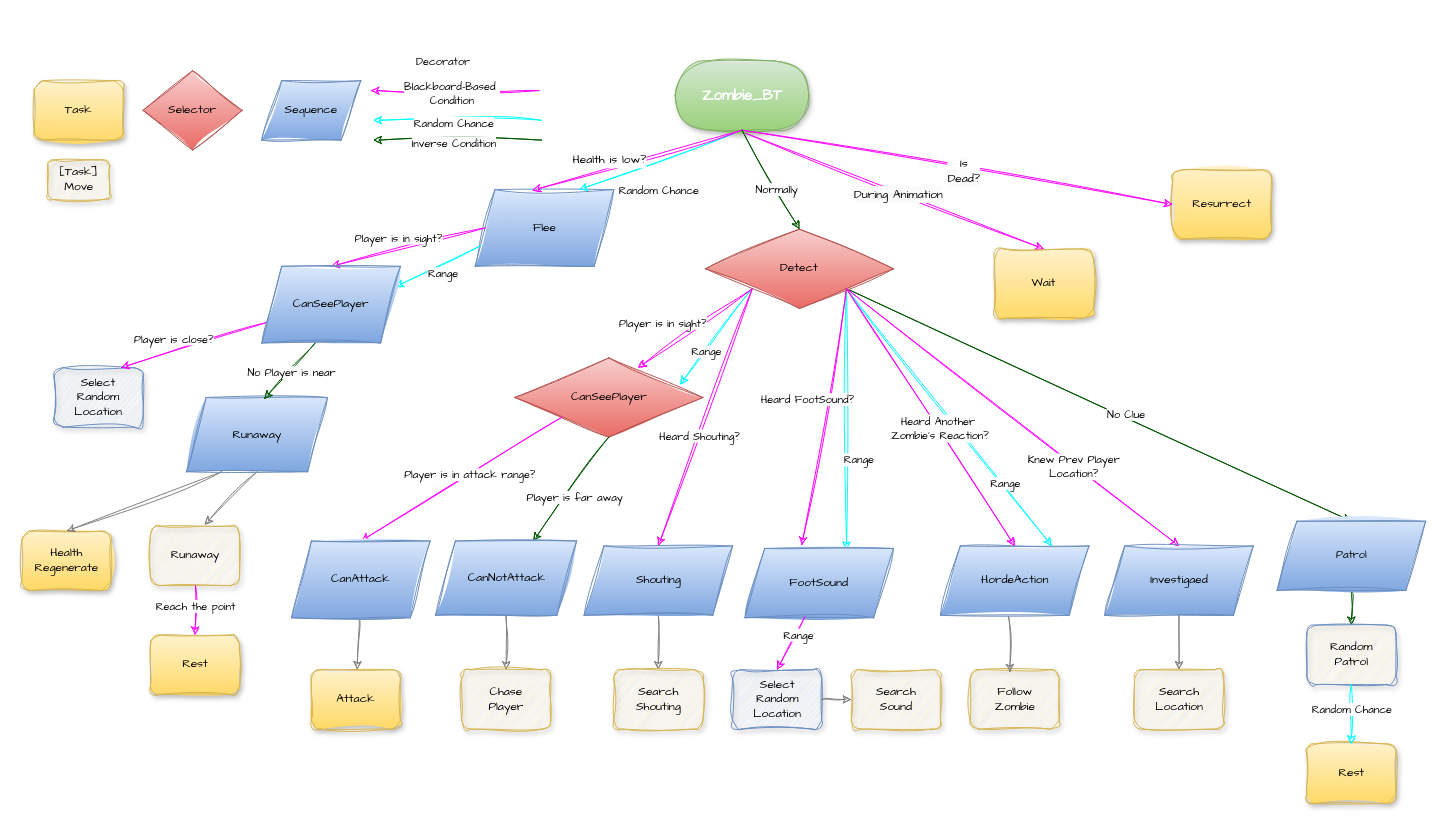
Before: JungSeungWon/기타/Zombie_BT.drawio in 2023gamedev/project, a draw.io diagram. Source tidied: cells renumbered, new cells numbered last; positions are measured from the earlier drawing's top-left corner, leaving out a move shared by most shapes. Both pictures are drawn from the tidied source at 99%, with x=0, y=0 at pixel (22, 60).
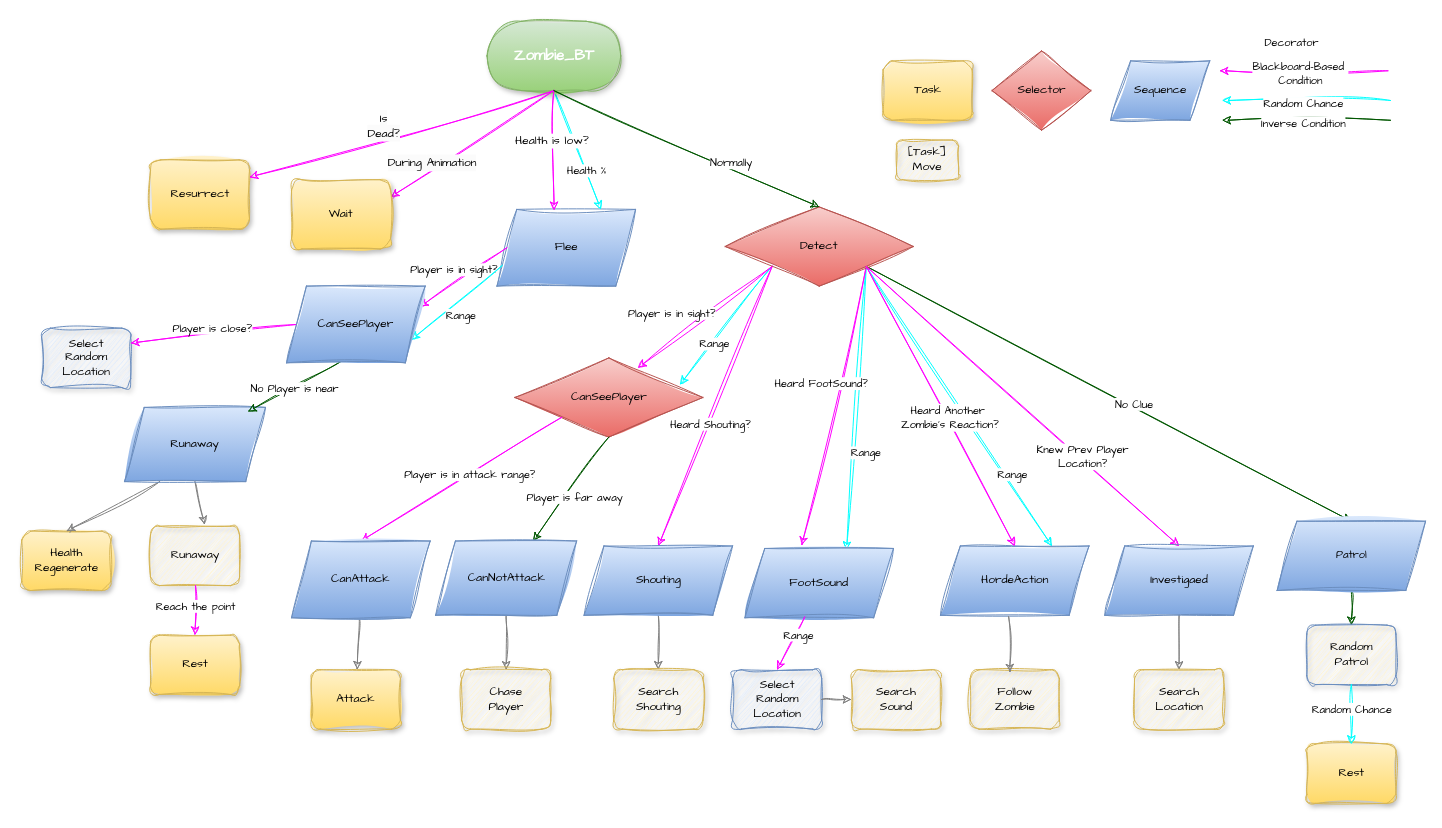
The same page after the edit.

Commit message (it also covers changes not shown here):
* 다이어그램 다시 수정

The change refers to these unchanged cells:
```xml
<mxCell id="3" style="rounded=0;sketch=1;hachureGap=4;jiggle=2;curveFitting=1;jettySize=auto;html=1;fontFamily=Architects Daughter;anchorPointDirection=1;startFill=1;simplification=0;arcSize=20;fillOpacity=100;strokeOpacity=100;perimeterSpacing=0;orthogonal=0;jumpStyle=none;fillColor=#b0e3e6;strokeColor=#00FFFF;exitX=0.5;exitY=1;exitDx=0;exitDy=0;entryX=0.75;entryY=0;entryDx=0;entryDy=0;" parent="1" edge="1" source="14" target="2">
  <mxGeometry relative="1" as="geometry" />
</mxCell>
<mxCell id="61" style="rounded=0;sketch=1;hachureGap=4;jiggle=2;curveFitting=1;jettySize=auto;html=1;exitX=0.5;exitY=1;exitDx=0;exitDy=0;fontFamily=Architects Daughter;anchorPointDirection=1;startFill=1;simplification=0;arcSize=20;fillOpacity=100;strokeOpacity=100;perimeterSpacing=0;orthogonal=0;jumpStyle=none;fillColor=#d5e8d4;gradientColor=#97d077;strokeColor=#FF00FF;entryX=0.412;entryY=0.011;entryDx=0;entryDy=0;entryPerimeter=0;" parent="1" edge="1" source="14" target="2">
  <mxGeometry relative="1" as="geometry" />
</mxCell>
```

What changed in the source:
```diff
@@
     <mxCell id="2" value="Flee" style="shape=parallelogram;perimeter=parallelogramPerimeter;whiteSpace=wrap;html=1;fixedSize=1;sketch=1;hachureGap=4;jiggle=2;curveFitting=1;fontFamily=Architects Daughter;fillColor=#dae8fc;gradientColor=#7ea6e0;strokeColor=#6c8ebf;" parent="1" vertex="1">
-      <mxGeometry x="457.5" y="130" width="140" height="77.5" as="geometry" />
+      <mxGeometry x="479.5" y="150" width="140" height="77.5" as="geometry" />
     </mxCell>
@@
-    <mxCell id="4" value="Random Chance" style="edgeLabel;html=1;align=center;verticalAlign=middle;sketch=1;hachureGap=4;jiggle=2;curveFitting=1;fontFamily=Architects Daughter;" parent="3" vertex="1">
+    <mxCell id="4" value="Health %" style="edgeLabel;html=1;align=center;verticalAlign=middle;sketch=1;hachureGap=4;jiggle=2;curveFitting=1;fontFamily=Architects Daughter;" parent="3" vertex="1">
       <mxGeometry x="0.05" y="2" relative="1" as="geometry">
-        <mxPoint x="1" y="27" as="offset" />
+        <mxPoint x="6" y="18" as="offset" />
       </mxGeometry>
     </mxCell>
@@
     <mxCell id="14" value="&lt;div&gt;&lt;font style=&quot;color: rgb(255, 255, 255); font-size: 15px;&quot;&gt;&lt;b&gt;Zombie_&lt;span style=&quot;background-color: initial;&quot;&gt;BT&lt;/span&gt;&lt;/b&gt;&lt;/font&gt;&lt;/div&gt;" style="whiteSpace=wrap;html=1;rounded=1;shadow=1;labelBackgroundColor=none;strokeWidth=1;fontFamily=Architects Daughter;fontSize=12;align=center;sketch=1;curveFitting=1;jiggle=2;arcSize=50;fillColor=#d5e8d4;strokeColor=#82b366;gradientColor=#97d077;" parent="1" vertex="1">
-      <mxGeometry x="659.5" width="135" height="70" as="geometry" />
+      <mxGeometry x="469.5" y="-40" width="135" height="70" as="geometry" />
     </mxCell>
@@
     <mxCell id="23" value="Detect" style="rhombus;whiteSpace=wrap;html=1;sketch=1;hachureGap=4;jiggle=2;curveFitting=1;fontFamily=Architects Daughter;fillColor=#f8cecc;gradientColor=#ea6b66;strokeColor=#b85450;" parent="1" vertex="1">
-      <mxGeometry x="690" y="170" width="190" height="80" as="geometry" />
+      <mxGeometry x="710" y="147.5" width="190" height="80" as="geometry" />
     </mxCell>
@@
     <mxCell id="28" value="Selector" style="rhombus;whiteSpace=wrap;html=1;sketch=1;hachureGap=4;jiggle=2;curveFitting=1;fontFamily=Architects Daughter;fillColor=#f8cecc;gradientColor=#ea6b66;strokeColor=#b85450;" parent="1" vertex="1">
-      <mxGeometry x="122" y="10" width="100" height="80" as="geometry" />
+      <mxGeometry x="979.5" y="-10" width="100" height="80" as="geometry" />
     </mxCell>
     <mxCell id="29" value="&lt;div&gt;Task&lt;/div&gt;" style="whiteSpace=wrap;html=1;rounded=1;shadow=1;labelBackgroundColor=none;strokeWidth=1;fontFamily=Architects Daughter;fontSize=12;align=center;sketch=1;curveFitting=1;jiggle=2;fillColor=#fff2cc;gradientColor=#ffd966;strokeColor=#d6b656;" parent="1" vertex="1">
-      <mxGeometry x="12" y="20" width="90" height="60" as="geometry" />
+      <mxGeometry x="869.5" width="90" height="60" as="geometry" />
     </mxCell>
     <mxCell id="30" value="Sequence" style="shape=parallelogram;perimeter=parallelogramPerimeter;whiteSpace=wrap;html=1;fixedSize=1;sketch=1;hachureGap=4;jiggle=2;curveFitting=1;fontFamily=Architects Daughter;fillColor=#dae8fc;gradientColor=#7ea6e0;strokeColor=#6c8ebf;" parent="1" vertex="1">
-      <mxGeometry x="242" y="20" width="100" height="60" as="geometry" />
+      <mxGeometry x="1099.5" width="100" height="60" as="geometry" />
     </mxCell>
@@
     <mxCell id="48" style="rounded=0;sketch=1;hachureGap=4;jiggle=2;curveFitting=1;orthogonalLoop=1;jettySize=auto;html=1;fontFamily=Architects Daughter;anchorPointDirection=1;startFill=1;simplification=0;arcSize=20;fillOpacity=100;strokeOpacity=100;perimeterSpacing=0;orthogonal=0;jumpStyle=none;strokeColor=#FF00FF;fillColor=#e3c800;" parent="1" edge="1">
       <mxGeometry relative="1" as="geometry">
-        <mxPoint x="522" y="30" as="sourcePoint" />
-        <mxPoint x="352" y="30" as="targetPoint" />
+        <mxPoint x="1379.5" y="10" as="sourcePoint" />
+        <mxPoint x="1209.5" y="10" as="targetPoint" />
       </mxGeometry>
     </mxCell>
@@
     <mxCell id="53" value="Decorator" style="edgeLabel;html=1;align=center;verticalAlign=middle;sketch=1;hachureGap=4;jiggle=2;curveFitting=1;fontFamily=Architects Daughter;" parent="1" vertex="1">
-      <mxGeometry x="424" as="geometry" />
+      <mxGeometry x="1281.5" y="-20" as="geometry" />
     </mxCell>
     <mxCell id="54" style="rounded=0;sketch=1;hachureGap=4;jiggle=2;curveFitting=1;orthogonalLoop=1;jettySize=auto;html=1;fontFamily=Architects Daughter;anchorPointDirection=1;startFill=1;simplification=0;arcSize=20;fillOpacity=100;strokeOpacity=100;perimeterSpacing=0;orthogonal=0;jumpStyle=none;fillColor=#b0e3e6;strokeColor=#00FFFF;" parent="1" edge="1">
       <mxGeometry relative="1" as="geometry">
-        <mxPoint x="524.5" y="60" as="sourcePoint" />
-        <mxPoint x="354.5" y="60" as="targetPoint" />
+        <mxPoint x="1382" y="40" as="sourcePoint" />
+        <mxPoint x="1212" y="40" as="targetPoint" />
       </mxGeometry>
     </mxCell>
@@
-    <mxCell id="56" style="rounded=0;sketch=1;hachureGap=4;jiggle=2;curveFitting=1;jettySize=auto;html=1;exitX=0.528;exitY=1.045;exitDx=0;exitDy=0;fontFamily=Architects Daughter;anchorPointDirection=1;startFill=1;simplification=0;arcSize=20;fillOpacity=100;strokeOpacity=100;perimeterSpacing=0;orthogonal=0;jumpStyle=none;fillColor=#d5e8d4;gradientColor=#97d077;strokeColor=#FF00FF;exitPerimeter=0;entryX=0.5;entryY=0;entryDx=0;entryDy=0;" parent="1" edge="1" source="14" target="58">
+    <mxCell id="56" style="rounded=0;sketch=1;hachureGap=4;jiggle=2;curveFitting=1;jettySize=auto;html=1;exitX=0.5;exitY=1;exitDx=0;exitDy=0;fontFamily=Architects Daughter;anchorPointDirection=1;startFill=1;simplification=0;arcSize=20;fillOpacity=100;strokeOpacity=100;perimeterSpacing=0;orthogonal=0;jumpStyle=none;fillColor=#d5e8d4;gradientColor=#97d077;strokeColor=#FF00FF;entryX=1;entryY=0.25;entryDx=0;entryDy=0;" parent="1" edge="1" source="14" target="58">
       <mxGeometry relative="1" as="geometry" />
     </mxCell>
     <mxCell id="57" value="&lt;span style=&quot;font-size: 12px; text-wrap-mode: wrap; background-color: rgb(251, 251, 251);&quot;&gt;During&amp;nbsp;&lt;/span&gt;&lt;span style=&quot;background-color: light-dark(rgb(251, 251, 251), rgb(21, 21, 21)); font-size: 12px; text-wrap-mode: wrap; color: light-dark(rgb(0, 0, 0), rgb(255, 255, 255));&quot;&gt;Animation&lt;/span&gt;" style="edgeLabel;html=1;align=center;verticalAlign=middle;sketch=1;hachureGap=4;jiggle=2;curveFitting=1;fontFamily=Architects Daughter;" parent="56" vertex="1">
-      <mxGeometry x="0.03" y="-3" relative="1" as="geometry" />
+      <mxGeometry x="0.03" y="-3" relative="1" as="geometry">
+        <mxPoint x="-37" y="21" as="offset" />
+      </mxGeometry>
     </mxCell>
     <mxCell id="58" value="Wait" style="whiteSpace=wrap;html=1;rounded=1;shadow=1;labelBackgroundColor=none;strokeWidth=1;fontFamily=Architects Daughter;fontSize=12;align=center;sketch=1;curveFitting=1;jiggle=2;fillColor=#fff2cc;gradientColor=#ffd966;strokeColor=#d6b656;" parent="1" vertex="1">
-      <mxGeometry x="982" y="190" width="100" height="70" as="geometry" />
+      <mxGeometry x="272" y="120" width="100" height="70" as="geometry" />
     </mxCell>
@@
     <mxCell id="62" value="&lt;font style=&quot;font-size: 12px;&quot;&gt;Health is low?&lt;/font&gt;" style="edgeLabel;html=1;align=center;verticalAlign=middle;sketch=1;hachureGap=4;jiggle=2;curveFitting=1;fontFamily=Architects Daughter;" parent="61" vertex="1">
       <mxGeometry x="0.03" y="-3" relative="1" as="geometry">
-        <mxPoint x="-25" y="2" as="offset" />
+        <mxPoint y="-12" as="offset" />
       </mxGeometry>
     </mxCell>
@@
     <mxCell id="74" value="&lt;div&gt;[Task]&lt;br&gt;Move&lt;/div&gt;" style="whiteSpace=wrap;html=1;rounded=1;shadow=1;labelBackgroundColor=none;strokeWidth=1;fontFamily=Architects Daughter;fontSize=12;align=center;sketch=1;curveFitting=1;jiggle=2;fillColor=#fff2cc;gradientColor=#ffd966;strokeColor=#d6b656;fillStyle=hachure;" parent="1" vertex="1">
-      <mxGeometry x="25.8" y="100" width="62.5" height="40" as="geometry" />
+      <mxGeometry x="883.2" y="80" width="62.5" height="40" as="geometry" />
     </mxCell>
     <mxCell id="75" style="rounded=0;sketch=1;hachureGap=4;jiggle=2;curveFitting=1;orthogonalLoop=1;jettySize=auto;html=1;fontFamily=Architects Daughter;anchorPointDirection=1;startFill=1;simplification=0;arcSize=20;fillOpacity=100;strokeOpacity=100;perimeterSpacing=0;orthogonal=0;jumpStyle=none;fillColor=#008a00;strokeColor=#005700;" parent="1" edge="1">
       <mxGeometry relative="1" as="geometry">
-        <mxPoint x="524.5" y="80" as="sourcePoint" />
-        <mxPoint x="354.5" y="80" as="targetPoint" />
+        <mxPoint x="1382" y="60" as="sourcePoint" />
+        <mxPoint x="1212" y="60" as="targetPoint" />
       </mxGeometry>
     </mxCell>
@@
     <mxCell id="77" value="Resurrect" style="whiteSpace=wrap;html=1;rounded=1;shadow=1;labelBackgroundColor=none;strokeWidth=1;fontFamily=Architects Daughter;fontSize=12;align=center;sketch=1;curveFitting=1;jiggle=2;fillColor=#fff2cc;gradientColor=#ffd966;strokeColor=#d6b656;" parent="1" vertex="1">
-      <mxGeometry x="1162" y="110" width="100" height="70" as="geometry" />
+      <mxGeometry x="129.5" y="100" width="100" height="70" as="geometry" />
     </mxCell>
-    <mxCell id="78" style="rounded=0;sketch=1;hachureGap=4;jiggle=2;curveFitting=1;jettySize=auto;html=1;exitX=0.5;exitY=1;exitDx=0;exitDy=0;fontFamily=Architects Daughter;anchorPointDirection=1;startFill=1;simplification=0;arcSize=20;fillOpacity=100;strokeOpacity=100;perimeterSpacing=0;orthogonal=0;jumpStyle=none;fillColor=#d5e8d4;gradientColor=#97d077;strokeColor=#FF00FF;entryX=0;entryY=0.5;entryDx=0;entryDy=0;" parent="1" edge="1" source="14" target="77">
+    <mxCell id="78" style="rounded=0;sketch=1;hachureGap=4;jiggle=2;curveFitting=1;jettySize=auto;html=1;exitX=0.5;exitY=1;exitDx=0;exitDy=0;fontFamily=Architects Daughter;anchorPointDirection=1;startFill=1;simplification=0;arcSize=20;fillOpacity=100;strokeOpacity=100;perimeterSpacing=0;orthogonal=0;jumpStyle=none;fillColor=#d5e8d4;gradientColor=#97d077;strokeColor=#FF00FF;entryX=1;entryY=0.25;entryDx=0;entryDy=0;" parent="1" edge="1" source="14" target="77">
       <mxGeometry relative="1" as="geometry" />
     </mxCell>
     <mxCell id="79" value="&lt;span style=&quot;font-size: 12px; text-wrap-mode: wrap; background-color: rgb(251, 251, 251);&quot;&gt;Is Dead?&lt;/span&gt;" style="edgeLabel;html=1;align=center;verticalAlign=middle;sketch=1;hachureGap=4;jiggle=2;curveFitting=1;fontFamily=Architects Daughter;" parent="78" vertex="1">
-      <mxGeometry x="0.03" y="-3" relative="1" as="geometry" />
+      <mxGeometry x="0.03" y="-3" relative="1" as="geometry">
+        <mxPoint x="-13" y="-7" as="offset" />
+      </mxGeometry>
     </mxCell>
     <mxCell id="80" value="&lt;div&gt;Select&lt;br&gt;Random&lt;br&gt;Location&lt;/div&gt;" style="whiteSpace=wrap;html=1;rounded=1;shadow=1;labelBackgroundColor=none;strokeWidth=1;fontFamily=Architects Daughter;fontSize=12;align=center;sketch=1;curveFitting=1;jiggle=2;fillColor=#dae8fc;strokeColor=#6C8EBF;" parent="1" vertex="1">
-      <mxGeometry x="32" y="310" width="90" height="60" as="geometry" />
+      <mxGeometry x="19.5" y="270" width="90" height="60" as="geometry" />
     </mxCell>
-    <mxCell id="81" style="rounded=0;sketch=1;hachureGap=4;jiggle=2;curveFitting=1;jettySize=auto;html=1;exitX=0;exitY=0.75;exitDx=0;exitDy=0;entryX=0.75;entryY=0;entryDx=0;entryDy=0;fontFamily=Architects Daughter;fillColor=#d5e8d4;gradientColor=#97d077;strokeColor=#FF00FF;" parent="1" edge="1" source="96" target="80">
+    <mxCell id="81" style="rounded=0;sketch=1;hachureGap=4;jiggle=2;curveFitting=1;jettySize=auto;html=1;exitX=0;exitY=0.5;exitDx=0;exitDy=0;entryX=1;entryY=0.25;entryDx=0;entryDy=0;fontFamily=Architects Daughter;fillColor=#d5e8d4;gradientColor=#97d077;strokeColor=#FF00FF;" parent="1" edge="1" source="96" target="80">
       <mxGeometry relative="1" as="geometry" />
     </mxCell>
     <mxCell id="82" value="Player is close?" style="edgeLabel;html=1;align=center;verticalAlign=middle;sketch=1;hachureGap=4;jiggle=2;curveFitting=1;fontFamily=Architects Daughter;" parent="81" vertex="1">
       <mxGeometry x="-0.08" relative="1" as="geometry">
-        <mxPoint x="-27" y="-5" as="offset" />
+        <mxPoint x="-8" y="-5" as="offset" />
       </mxGeometry>
     </mxCell>
-    <mxCell id="83" style="rounded=0;sketch=1;hachureGap=4;jiggle=2;curveFitting=1;jettySize=auto;html=1;fontFamily=Architects Daughter;anchorPointDirection=1;startFill=1;simplification=0;arcSize=20;fillOpacity=100;strokeOpacity=100;perimeterSpacing=0;orthogonal=0;jumpStyle=none;fillColor=#d5e8d4;gradientColor=#97d077;strokeColor=#FF00FF;entryX=0.5;entryY=0;entryDx=0;entryDy=0;exitX=0;exitY=0.5;exitDx=0;exitDy=0;" parent="1" edge="1" source="2" target="96">
+    <mxCell id="83" style="rounded=0;sketch=1;hachureGap=4;jiggle=2;curveFitting=1;jettySize=auto;html=1;fontFamily=Architects Daughter;anchorPointDirection=1;startFill=1;simplification=0;arcSize=20;fillOpacity=100;strokeOpacity=100;perimeterSpacing=0;orthogonal=0;jumpStyle=none;fillColor=#d5e8d4;gradientColor=#97d077;strokeColor=#FF00FF;entryX=1;entryY=0.25;entryDx=0;entryDy=0;exitX=0;exitY=0.5;exitDx=0;exitDy=0;" parent="1" edge="1" source="2" target="96">
       <mxGeometry relative="1" as="geometry" />
     </mxCell>
@@
-    <mxCell id="85" style="rounded=0;sketch=1;hachureGap=4;jiggle=2;curveFitting=1;jettySize=auto;html=1;fontFamily=Architects Daughter;anchorPointDirection=1;startFill=1;simplification=0;arcSize=20;fillOpacity=100;strokeOpacity=100;perimeterSpacing=0;orthogonal=0;jumpStyle=none;fillColor=#d5e8d4;gradientColor=#97d077;strokeColor=#00FFFF;entryX=1;entryY=0.25;entryDx=0;entryDy=0;exitX=0;exitY=0.75;exitDx=0;exitDy=0;" parent="1" edge="1" source="2" target="96">
+    <mxCell id="85" style="rounded=0;sketch=1;hachureGap=4;jiggle=2;curveFitting=1;jettySize=auto;html=1;fontFamily=Architects Daughter;anchorPointDirection=1;startFill=1;simplification=0;arcSize=20;fillOpacity=100;strokeOpacity=100;perimeterSpacing=0;orthogonal=0;jumpStyle=none;fillColor=#d5e8d4;gradientColor=#97d077;strokeColor=#00FFFF;entryX=1;entryY=0.75;entryDx=0;entryDy=0;exitX=0;exitY=0.75;exitDx=0;exitDy=0;" parent="1" edge="1" source="2" target="96">
       <mxGeometry relative="1" as="geometry" />
     </mxCell>
@@
     <mxCell id="87" value="Runaway" style="shape=parallelogram;perimeter=parallelogramPerimeter;whiteSpace=wrap;html=1;fixedSize=1;sketch=1;hachureGap=4;jiggle=2;curveFitting=1;fontFamily=Architects Daughter;fillColor=#dae8fc;gradientColor=#7ea6e0;strokeColor=#6c8ebf;align=center;verticalAlign=middle;fontSize=12;fontColor=default;" parent="1" vertex="1">
-      <mxGeometry x="165.8" y="340" width="142.5" height="75" as="geometry" />
+      <mxGeometry x="103.2" y="350" width="142.5" height="75" as="geometry" />
     </mxCell>
-    <mxCell id="88" style="rounded=0;sketch=1;hachureGap=4;jiggle=2;curveFitting=1;jettySize=auto;html=1;fontFamily=Architects Daughter;fillColor=#008a00;gradientColor=#97d077;strokeColor=#005700;align=center;verticalAlign=middle;fontSize=11;fontColor=default;labelBackgroundColor=default;endArrow=classic;exitX=0.393;exitY=0.981;exitDx=0;exitDy=0;entryX=0.551;entryY=0.021;entryDx=0;entryDy=0;entryPerimeter=0;exitPerimeter=0;" parent="1" edge="1" source="96" target="87">
+    <mxCell id="88" style="rounded=0;sketch=1;hachureGap=4;jiggle=2;curveFitting=1;jettySize=auto;html=1;fontFamily=Architects Daughter;fillColor=#008a00;gradientColor=#97d077;strokeColor=#005700;align=center;verticalAlign=middle;fontSize=11;fontColor=default;labelBackgroundColor=default;endArrow=classic;exitX=0.393;exitY=0.981;exitDx=0;exitDy=0;entryX=0.876;entryY=0.056;entryDx=0;entryDy=0;entryPerimeter=0;exitPerimeter=0;" parent="1" edge="1" source="96" target="87">
       <mxGeometry relative="1" as="geometry" />
     </mxCell>
@@
     <mxCell id="96" value="CanSeePlayer" style="shape=parallelogram;perimeter=parallelogramPerimeter;whiteSpace=wrap;html=1;fixedSize=1;sketch=1;hachureGap=4;jiggle=2;curveFitting=1;fontFamily=Architects Daughter;fillColor=#dae8fc;gradientColor=#7ea6e0;strokeColor=#6c8ebf;" parent="1" vertex="1">
-      <mxGeometry x="242" y="207.5" width="140" height="77.5" as="geometry" />
+      <mxGeometry x="267" y="227.5" width="140" height="77.5" as="geometry" />
     </mxCell>
```
